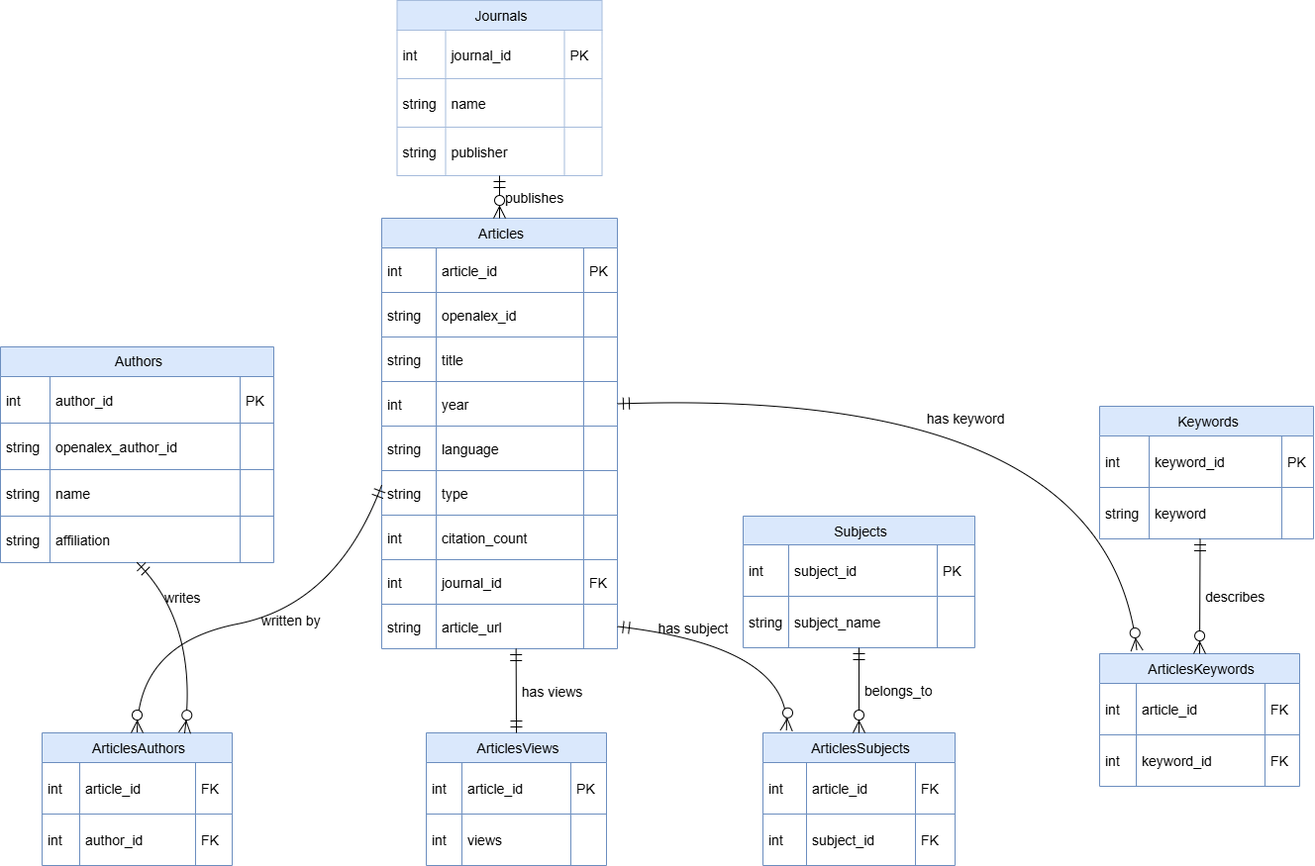
The draw.io diagram docs/Schema.drawio.png in RanWurm/TeacherAssistantAI, before a commit. Source tidied: cells renumbered, new cells last; positions are measured from the earlier drawing's top-left corner, leaving out a move shared by most shapes.
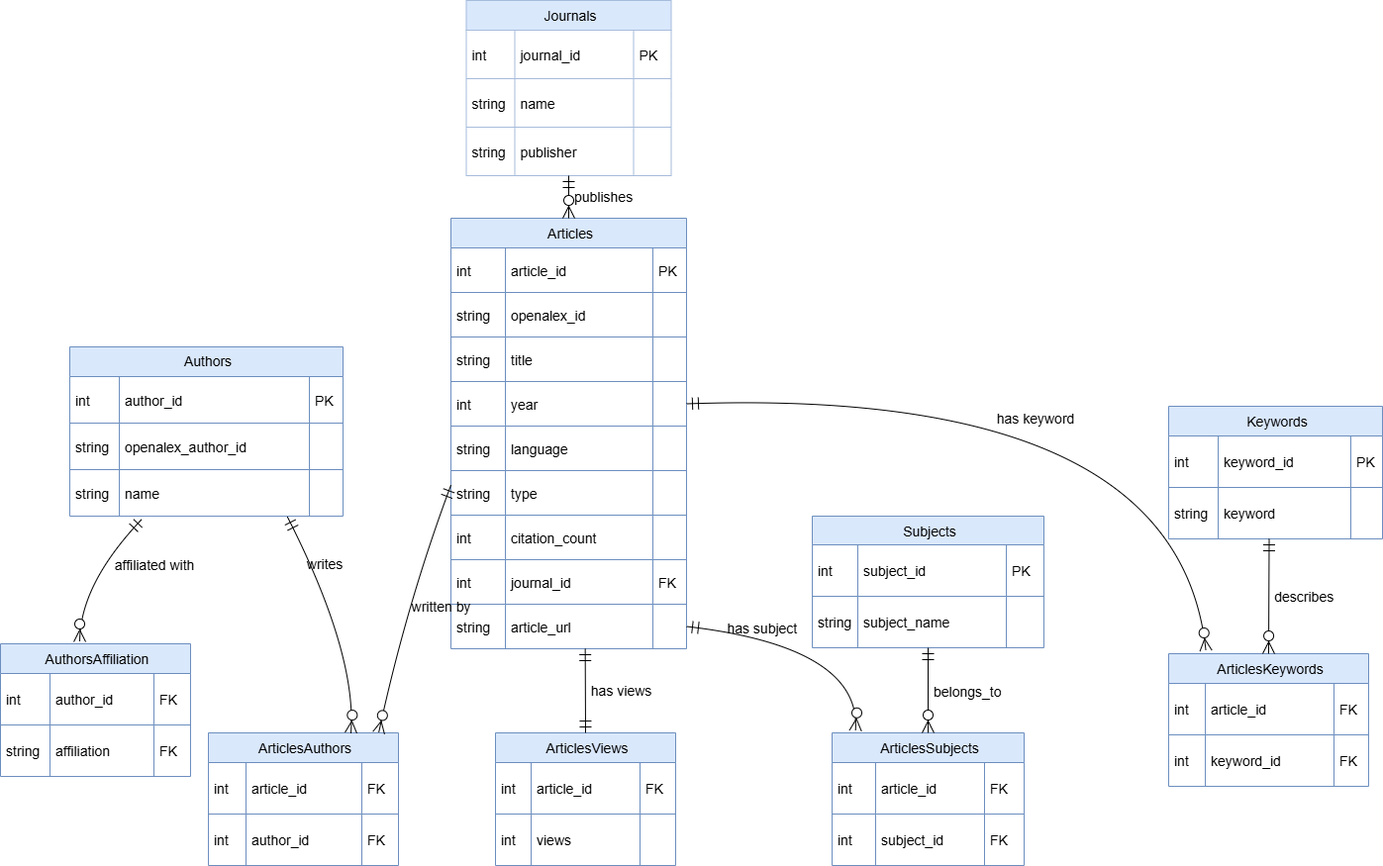
After the change.

Change to the diagram source:
```diff
@@ -153,7 +153,7 @@
       <mxGeometry x="204" width="34" height="45" as="geometry" />
     </mxCell>
     <mxCell id="52" value="Authors" style="shape=table;startSize=30;rowLines=1;fontStyle=0;align=center;swimlaneLine=1;labelBackgroundColor=none;snapToPoint=0;fixDash=0;backgroundOutline=0;enumerate=0;comic=0;fillColor=#dae8fc;shadow=0;spacingLeft=4;whiteSpace=wrap;strokeColor=#6c8ebf;fontSize=14;" parent="1" vertex="1">
-      <mxGeometry y="350" width="276" height="218" as="geometry" />
+      <mxGeometry y="350" width="276" height="171" as="geometry" />
     </mxCell>
     <mxCell id="53" style="shape=tableRow;horizontal=0;startSize=0;swimlaneHead=0;swimlaneBody=0;top=0;left=0;right=0;bottom=0;swimlaneLine=1;labelBackgroundColor=none;fixDash=0;backgroundOutline=0;enumerate=0;comic=0;fillColor=none;shadow=0;align=left;spacingLeft=4;fontStyle=0;fontSize=14;" parent="52" vertex="1">
       <mxGeometry y="30" width="276" height="47" as="geometry" />
@@ -191,18 +191,6 @@
     <mxCell id="64" style="shape=partialRectangle;top=0;left=0;bottom=0;right=0;align=left;spacingLeft=4;overflow=hidden;fontSize=14;swimlaneLine=1;labelBackgroundColor=none;fixDash=0;backgroundOutline=0;enumerate=0;comic=0;fillColor=none;shadow=0;fontStyle=0;" parent="61" vertex="1">
       <mxGeometry x="242" width="34" height="47" as="geometry" />
     </mxCell>
-    <mxCell id="65" style="shape=tableRow;horizontal=0;startSize=0;swimlaneHead=0;swimlaneBody=0;top=0;left=0;right=0;bottom=0;swimlaneLine=1;labelBackgroundColor=none;fixDash=0;backgroundOutline=0;enumerate=0;comic=0;fillColor=none;shadow=0;align=left;spacingLeft=4;fontStyle=0;fontSize=14;" parent="52" vertex="1">
-      <mxGeometry y="171" width="276" height="47" as="geometry" />
-    </mxCell>
-    <mxCell id="66" value="string" style="shape=partialRectangle;top=0;left=0;bottom=0;right=0;align=left;spacingLeft=4;overflow=hidden;fontSize=14;swimlaneLine=1;labelBackgroundColor=none;fixDash=0;backgroundOutline=0;enumerate=0;comic=0;fillColor=none;shadow=0;fontStyle=0;" parent="65" vertex="1">
-      <mxGeometry width="50" height="47" as="geometry" />
-    </mxCell>
-    <mxCell id="67" value="affiliation" style="shape=partialRectangle;top=0;left=0;bottom=0;right=0;align=left;spacingLeft=4;overflow=hidden;fontSize=14;swimlaneLine=1;labelBackgroundColor=none;fixDash=0;backgroundOutline=0;enumerate=0;comic=0;fillColor=none;shadow=0;fontStyle=0;" parent="65" vertex="1">
-      <mxGeometry x="50" width="192" height="47" as="geometry" />
-    </mxCell>
-    <mxCell id="68" style="shape=partialRectangle;top=0;left=0;bottom=0;right=0;align=left;spacingLeft=4;overflow=hidden;fontSize=14;swimlaneLine=1;labelBackgroundColor=none;fixDash=0;backgroundOutline=0;enumerate=0;comic=0;fillColor=none;shadow=0;fontStyle=0;" parent="65" vertex="1">
-      <mxGeometry x="242" width="34" height="47" as="geometry" />
-    </mxCell>
     <mxCell id="69" value="Subjects" style="shape=table;startSize=29;rowLines=1;fontStyle=0;align=center;swimlaneLine=1;labelBackgroundColor=none;snapToPoint=0;fixDash=0;backgroundOutline=0;enumerate=0;comic=0;fillColor=#dae8fc;shadow=0;spacingLeft=4;strokeColor=#6c8ebf;fontSize=14;" parent="1" vertex="1">
       <mxGeometry x="750" y="521" width="234" height="133" as="geometry" />
     </mxCell>
@@ -258,7 +246,7 @@
       <mxGeometry x="184" width="32" height="52" as="geometry" />
     </mxCell>
     <mxCell id="87" value="ArticlesAuthors" style="shape=table;startSize=30;rowLines=1;fontStyle=0;align=center;swimlaneLine=1;labelBackgroundColor=none;snapToPoint=0;fixDash=0;backgroundOutline=0;enumerate=0;comic=0;fillColor=#dae8fc;shadow=0;spacingLeft=4;strokeColor=#6c8ebf;fontSize=14;" parent="1" vertex="1">
-      <mxGeometry x="42" y="740" width="192" height="134" as="geometry" />
+      <mxGeometry x="140" y="740" width="192" height="134" as="geometry" />
     </mxCell>
     <mxCell id="88" style="shape=tableRow;horizontal=0;startSize=0;swimlaneHead=0;swimlaneBody=0;top=0;left=0;right=0;bottom=0;swimlaneLine=1;labelBackgroundColor=none;fixDash=0;backgroundOutline=0;enumerate=0;comic=0;fillColor=none;shadow=0;align=left;spacingLeft=4;fontStyle=0;fontSize=14;" parent="87" vertex="1">
       <mxGeometry y="30" width="192" height="52" as="geometry" />
@@ -350,7 +338,7 @@
     <mxCell id="117" value="article_id" style="shape=partialRectangle;top=0;left=0;bottom=0;right=0;align=left;spacingLeft=4;overflow=hidden;fontSize=14;swimlaneLine=1;labelBackgroundColor=none;fixDash=0;backgroundOutline=0;enumerate=0;comic=0;fillColor=none;shadow=0;fontStyle=0;" parent="115" vertex="1">
       <mxGeometry x="36" width="110" height="52" as="geometry" />
     </mxCell>
-    <mxCell id="118" value="PK" style="shape=partialRectangle;top=0;left=0;bottom=0;right=0;align=left;spacingLeft=4;overflow=hidden;fontSize=14;swimlaneLine=1;labelBackgroundColor=none;fixDash=0;backgroundOutline=0;enumerate=0;comic=0;fillColor=none;shadow=0;fontStyle=0;" parent="115" vertex="1">
+    <mxCell id="118" value="FK" style="shape=partialRectangle;top=0;left=0;bottom=0;right=0;align=left;spacingLeft=4;overflow=hidden;fontSize=14;swimlaneLine=1;labelBackgroundColor=none;fixDash=0;backgroundOutline=0;enumerate=0;comic=0;fillColor=none;shadow=0;fontStyle=0;" parent="115" vertex="1">
       <mxGeometry x="146" width="36" height="52" as="geometry" />
     </mxCell>
     <mxCell id="119" style="shape=tableRow;horizontal=0;startSize=0;swimlaneHead=0;swimlaneBody=0;top=0;left=0;right=0;bottom=0;swimlaneLine=1;labelBackgroundColor=none;fixDash=0;backgroundOutline=0;enumerate=0;comic=0;fillColor=none;shadow=0;align=left;spacingLeft=4;fontStyle=0;fontSize=14;" parent="114" vertex="1">
@@ -368,18 +356,17 @@
     <mxCell id="123" value="publishes" style="curved=1;startArrow=ERmandOne;startSize=10;endArrow=ERzeroToMany;endSize=10;exitX=0.5;exitY=1;entryX=0.5;entryY=0;rounded=0;swimlaneLine=1;labelBackgroundColor=none;snapToPoint=0;fixDash=0;backgroundOutline=0;enumerate=0;comic=0;fillColor=none;shadow=0;align=left;spacingLeft=4;fontStyle=0;fontSize=14;" parent="1" edge="1" source="2" target="15">
       <mxGeometry relative="1" as="geometry" />
     </mxCell>
-    <mxCell id="124" value="written by" style="curved=1;startArrow=ERmandOne;startSize=10;endArrow=ERzeroToMany;endSize=10;exitX=0;exitY=0.62;entryX=0.5;entryY=0;rounded=0;swimlaneLine=1;labelBackgroundColor=none;snapToPoint=0;fixDash=0;backgroundOutline=0;enumerate=0;comic=0;fillColor=none;shadow=0;align=left;spacingLeft=4;entryDx=0;entryDy=0;fontStyle=0;fontSize=14;" parent="1" edge="1" source="15" target="87">
+    <mxCell id="124" value="written by" style="curved=1;startArrow=ERmandOne;startSize=10;endArrow=ERzeroToMany;endSize=10;exitX=0;exitY=0.62;entryX=0.896;entryY=0;rounded=0;swimlaneLine=1;labelBackgroundColor=none;snapToPoint=0;fixDash=0;backgroundOutline=0;enumerate=0;comic=0;fillColor=none;shadow=0;align=left;spacingLeft=4;entryDx=0;entryDy=0;fontStyle=0;fontSize=14;entryPerimeter=0;" parent="1" edge="1" source="15" target="87">
       <mxGeometry relative="1" as="geometry">
         <Array as="points">
           <mxPoint x="340" y="610" />
-          <mxPoint x="138" y="650" />
         </Array>
       </mxGeometry>
     </mxCell>
-    <mxCell id="125" value="writes" style="curved=1;startArrow=ERmandOne;startSize=10;endArrow=ERzeroToMany;endSize=10;exitX=0.5;exitY=1;entryX=0.75;entryY=0;rounded=0;swimlaneLine=1;labelBackgroundColor=none;snapToPoint=0;fixDash=0;backgroundOutline=0;enumerate=0;comic=0;fillColor=none;shadow=0;align=left;spacingLeft=4;entryDx=0;entryDy=0;fontStyle=0;fontSize=14;" parent="1" edge="1" source="52" target="87">
+    <mxCell id="125" value="writes" style="curved=1;startArrow=ERmandOne;startSize=10;endArrow=ERzeroToMany;endSize=10;entryX=0.75;entryY=0;rounded=0;swimlaneLine=1;labelBackgroundColor=none;snapToPoint=0;fixDash=0;backgroundOutline=0;enumerate=0;comic=0;fillColor=none;shadow=0;align=left;spacingLeft=4;entryDx=0;entryDy=0;fontStyle=0;fontSize=14;exitX=0.797;exitY=1.021;exitDx=0;exitDy=0;exitPerimeter=0;" parent="1" edge="1" source="61" target="87">
       <mxGeometry x="-0.59" y="-9" relative="1" as="geometry">
         <Array as="points">
-          <mxPoint x="200" y="630" />
+          <mxPoint x="290" y="660" />
         </Array>
       </mxGeometry>
     </mxCell>
@@ -406,5 +393,39 @@
     <mxCell id="130" value="has views" style="curved=0;startArrow=ERmandOne;startSize=10;endArrow=ERmandOne;endSize=10;exitX=0.57;exitY=1;entryX=0.5;entryY=0;rounded=0;swimlaneLine=1;labelBackgroundColor=none;snapToPoint=0;fixDash=0;backgroundOutline=0;enumerate=0;comic=0;fillColor=none;shadow=0;align=left;spacingLeft=4;entryDx=0;entryDy=0;strokeColor=default;fontStyle=0;fontSize=14;" parent="1" edge="1" source="15" target="114">
       <mxGeometry relative="1" as="geometry" />
     </mxCell>
+    <mxCell id="131" value="AuthorsAffiliation" style="shape=table;startSize=30;rowLines=1;fontStyle=0;align=center;swimlaneLine=1;labelBackgroundColor=none;snapToPoint=0;fixDash=0;backgroundOutline=0;enumerate=0;comic=0;fillColor=#dae8fc;shadow=0;spacingLeft=4;strokeColor=#6c8ebf;fontSize=14;" parent="1" vertex="1">
+      <mxGeometry x="-70" y="650" width="192" height="134" as="geometry" />
+    </mxCell>
+    <mxCell id="132" style="shape=tableRow;horizontal=0;startSize=0;swimlaneHead=0;swimlaneBody=0;top=0;left=0;right=0;bottom=0;swimlaneLine=1;labelBackgroundColor=none;fixDash=0;backgroundOutline=0;enumerate=0;comic=0;fillColor=none;shadow=0;align=left;spacingLeft=4;fontStyle=0;fontSize=14;" parent="131" vertex="1">
+      <mxGeometry y="30" width="192" height="52" as="geometry" />
+    </mxCell>
+    <mxCell id="133" value="int" style="shape=partialRectangle;top=0;left=0;bottom=0;right=0;align=left;spacingLeft=4;overflow=hidden;fontSize=14;swimlaneLine=1;labelBackgroundColor=none;fixDash=0;backgroundOutline=0;enumerate=0;comic=0;fillColor=none;shadow=0;fontStyle=0;" parent="132" vertex="1">
+      <mxGeometry width="50" height="52" as="geometry" />
+    </mxCell>
+    <mxCell id="134" value="author_id" style="shape=partialRectangle;top=0;left=0;bottom=0;right=0;align=left;spacingLeft=4;overflow=hidden;fontSize=14;swimlaneLine=1;labelBackgroundColor=none;fixDash=0;backgroundOutline=0;enumerate=0;comic=0;fillColor=none;shadow=0;fontStyle=0;" parent="132" vertex="1">
+      <mxGeometry x="50" width="105" height="52" as="geometry" />
+    </mxCell>
+    <mxCell id="135" value="FK" style="shape=partialRectangle;top=0;left=0;bottom=0;right=0;align=left;spacingLeft=4;overflow=hidden;fontSize=14;swimlaneLine=1;labelBackgroundColor=none;fixDash=0;backgroundOutline=0;enumerate=0;comic=0;fillColor=none;shadow=0;fontStyle=0;" parent="132" vertex="1">
+      <mxGeometry x="155" width="37" height="52" as="geometry" />
+    </mxCell>
+    <mxCell id="136" style="shape=tableRow;horizontal=0;startSize=0;swimlaneHead=0;swimlaneBody=0;top=0;left=0;right=0;bottom=0;swimlaneLine=1;labelBackgroundColor=none;fixDash=0;backgroundOutline=0;enumerate=0;comic=0;fillColor=none;shadow=0;align=left;spacingLeft=4;fontStyle=0;fontSize=14;" parent="131" vertex="1">
+      <mxGeometry y="82" width="192" height="52" as="geometry" />
+    </mxCell>
+    <mxCell id="66" value="string" style="shape=partialRectangle;top=0;left=0;bottom=0;right=0;align=left;spacingLeft=4;overflow=hidden;fontSize=14;swimlaneLine=1;labelBackgroundColor=none;fixDash=0;backgroundOutline=0;enumerate=0;comic=0;fillColor=none;shadow=0;fontStyle=0;" parent="136" vertex="1">
+      <mxGeometry width="50" height="52" as="geometry" />
+    </mxCell>
+    <mxCell id="67" value="affiliation" style="shape=partialRectangle;top=0;left=0;bottom=0;right=0;align=left;spacingLeft=4;overflow=hidden;fontSize=14;swimlaneLine=1;labelBackgroundColor=none;fixDash=0;backgroundOutline=0;enumerate=0;comic=0;fillColor=none;shadow=0;fontStyle=0;" parent="136" vertex="1">
+      <mxGeometry x="50" width="105" height="52" as="geometry" />
+    </mxCell>
+    <mxCell id="137" value="FK" style="shape=partialRectangle;top=0;left=0;bottom=0;right=0;align=left;spacingLeft=4;overflow=hidden;fontSize=14;swimlaneLine=1;labelBackgroundColor=none;fixDash=0;backgroundOutline=0;enumerate=0;comic=0;fillColor=none;shadow=0;fontStyle=0;" parent="136" vertex="1">
+      <mxGeometry x="155" width="37" height="52" as="geometry" />
+    </mxCell>
+    <mxCell id="138" value="affiliated with" style="curved=1;startArrow=ERmandOne;startSize=10;endArrow=ERzeroToMany;endSize=10;entryX=0.417;entryY=-0.015;rounded=0;swimlaneLine=1;labelBackgroundColor=none;snapToPoint=0;fixDash=0;backgroundOutline=0;enumerate=0;comic=0;fillColor=none;shadow=0;align=left;spacingLeft=4;entryDx=0;entryDy=0;fontStyle=0;fontSize=14;exitX=0.264;exitY=1.064;exitDx=0;exitDy=0;exitPerimeter=0;entryPerimeter=0;" parent="1" edge="1" source="61" target="131">
+      <mxGeometry x="-0.25" y="8" relative="1" as="geometry">
+        <Array as="points">
+          <mxPoint x="10" y="590" />
+        </Array>
+      </mxGeometry>
+    </mxCell>
   </root>
 </mxGraphModel>
```
